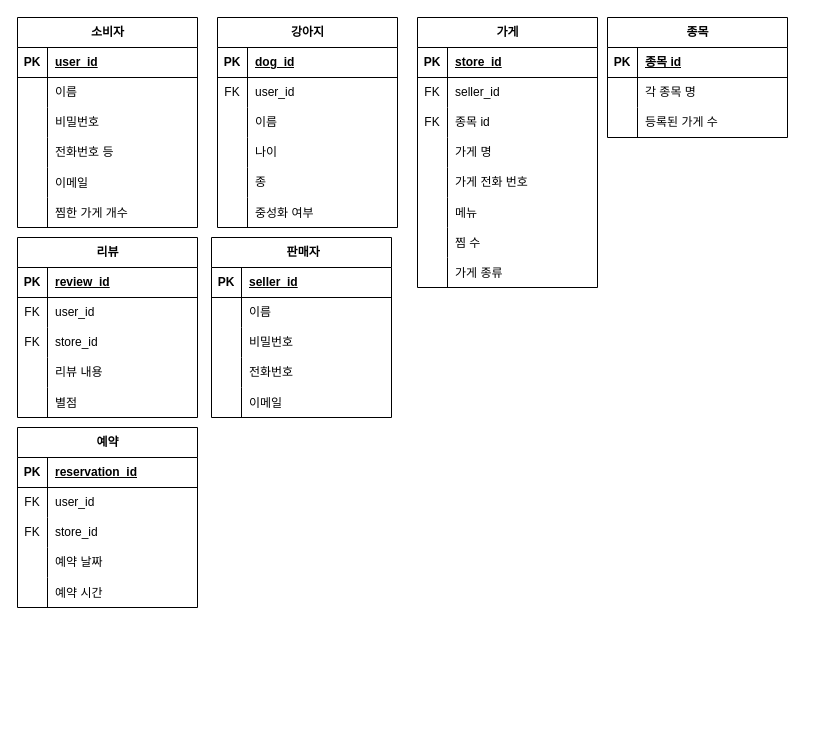
Before: test.drawio in dkwkckzk/data_test, a draw.io diagram. Source tidied: cells renumbered, new cells numbered last; positions are measured from the earlier drawing's top-left corner, leaving out a move shared by most shapes. Both pictures are drawn from the tidied source at 100%, with x=0, y=0 at pixel (17, 17).
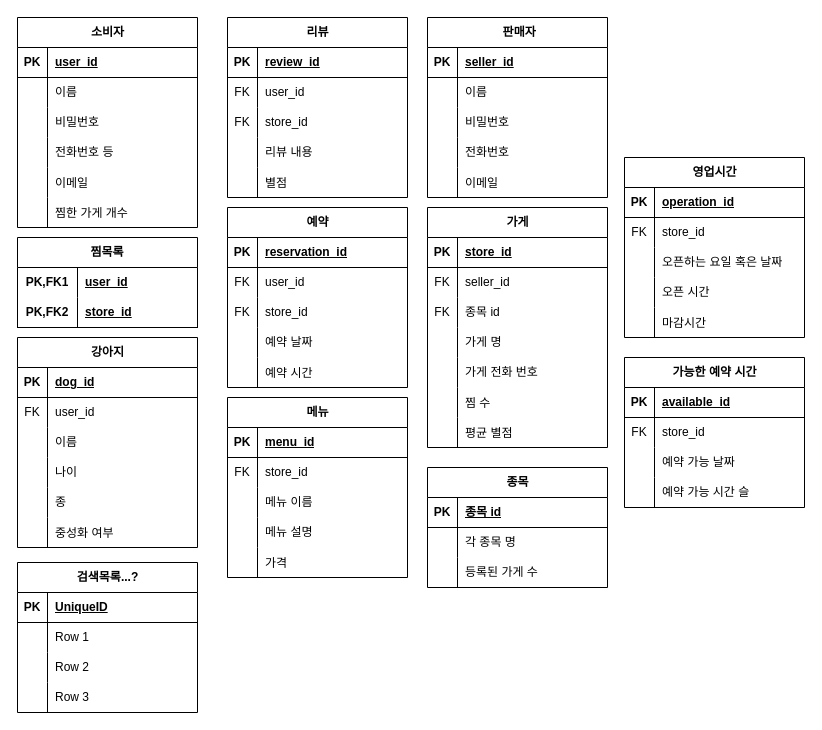
After the change.

Diff of the diagram source:
```diff
@@
     <mxCell id="21" value="&amp;nbsp;판매자" style="shape=table;startSize=30;childLayout=tableLayout;rowLines=0;fontStyle=1;align=center;html=1;" parent="1" vertex="1">
-      <mxGeometry x="194" y="220" width="180" height="180" as="geometry" />
+      <mxGeometry x="410" width="180" height="180" as="geometry" />
     </mxCell>
@@
     <mxCell id="37" value="강아지" style="shape=table;startSize=30;childLayout=tableLayout;rowLines=0;fontStyle=1;align=center;html=1;" parent="1" vertex="1">
-      <mxGeometry x="200" width="180" height="210" as="geometry" />
+      <mxGeometry y="320" width="180" height="210" as="geometry" />
     </mxCell>
@@
     <mxCell id="56" value="리뷰" style="shape=table;startSize=30;childLayout=tableLayout;rowLines=0;fontStyle=1;align=center;html=1;" parent="1" vertex="1">
-      <mxGeometry y="220" width="180" height="180" as="geometry" />
+      <mxGeometry x="210" width="180" height="180" as="geometry" />
     </mxCell>
@@
     <mxCell id="72" value="가게" style="shape=table;startSize=30;childLayout=tableLayout;rowLines=0;fontStyle=1;align=center;html=1;" parent="1" vertex="1">
-      <mxGeometry x="400" width="180" height="270" as="geometry" />
+      <mxGeometry x="410" y="190" width="180" height="240" as="geometry" />
     </mxCell>
@@
-    <mxCell id="88" style="shape=tableRow;horizontal=0;startSize=0;swimlaneHead=0;swimlaneBody=0;fillColor=none;top=0;left=0;right=0;bottom=0;" parent="72" vertex="1">
-      <mxGeometry y="180" width="180" height="30" as="geometry" />
-    </mxCell>
-    <mxCell id="89" style="shape=partialRectangle;fillColor=none;top=0;left=0;bottom=0;right=0;overflow=hidden;" parent="88" vertex="1">
-      <mxGeometry width="30" height="30" as="geometry" />
-    </mxCell>
-    <mxCell id="90" value="메뉴" style="shape=partialRectangle;fillColor=none;top=0;left=0;bottom=0;right=0;align=left;spacingLeft=6;overflow=hidden;" parent="88" vertex="1">
-      <mxGeometry x="30" width="150" height="30" as="geometry" />
-    </mxCell>
     <mxCell id="91" style="shape=tableRow;horizontal=0;startSize=0;swimlaneHead=0;swimlaneBody=0;fillColor=none;top=0;left=0;right=0;bottom=0;" parent="72" vertex="1">
-      <mxGeometry y="210" width="180" height="30" as="geometry" />
+      <mxGeometry y="180" width="180" height="30" as="geometry" />
     </mxCell>
@@
-    <mxCell id="94" style="shape=tableRow;horizontal=0;startSize=0;swimlaneHead=0;swimlaneBody=0;fillColor=none;top=0;left=0;right=0;bottom=0;" parent="72" vertex="1">
-      <mxGeometry y="240" width="180" height="30" as="geometry" />
-    </mxCell>
-    <mxCell id="95" style="shape=partialRectangle;fillColor=none;top=0;left=0;bottom=0;right=0;overflow=hidden;" parent="94" vertex="1">
-      <mxGeometry width="30" height="30" as="geometry" />
-    </mxCell>
-    <mxCell id="96" value="가게 종류" style="shape=partialRectangle;fillColor=none;top=0;left=0;bottom=0;right=0;align=left;spacingLeft=6;overflow=hidden;" parent="94" vertex="1">
-      <mxGeometry x="30" width="150" height="30" as="geometry" />
-    </mxCell>
+    <mxCell id="123" style="shape=tableRow;horizontal=0;startSize=0;swimlaneHead=0;swimlaneBody=0;fillColor=none;top=0;left=0;right=0;bottom=0;" parent="72" vertex="1">
+      <mxGeometry y="210" width="180" height="30" as="geometry" />
+    </mxCell>
+    <mxCell id="124" style="shape=partialRectangle;fillColor=none;top=0;left=0;bottom=0;right=0;overflow=hidden;" parent="123" vertex="1">
+      <mxGeometry width="30" height="30" as="geometry" />
+    </mxCell>
+    <mxCell id="125" value="평균 별점" style="shape=partialRectangle;fillColor=none;top=0;left=0;bottom=0;right=0;align=left;spacingLeft=6;overflow=hidden;" parent="123" vertex="1">
+      <mxGeometry x="30" width="150" height="30" as="geometry" />
+    </mxCell>
     <mxCell id="97" value="예약" style="shape=table;startSize=30;childLayout=tableLayout;rowLines=0;fontStyle=1;align=center;html=1;" parent="1" vertex="1">
-      <mxGeometry y="410" width="180" height="180" as="geometry" />
+      <mxGeometry x="210" y="190" width="180" height="180" as="geometry" />
     </mxCell>
@@
     <mxCell id="113" value="종목" style="shape=table;startSize=30;childLayout=tableLayout;rowLines=0;fontStyle=1;align=center;html=1;" parent="1" vertex="1">
-      <mxGeometry x="590" width="180" height="120" as="geometry" />
+      <mxGeometry x="410" y="450" width="180" height="120" as="geometry" />
     </mxCell>
@@
+    <mxCell id="90" value="메뉴" style="shape=table;startSize=30;childLayout=tableLayout;rowLines=0;fontStyle=1;align=center;html=1;" parent="1" vertex="1">
+      <mxGeometry x="210" y="380" width="180" height="180" as="geometry" />
+    </mxCell>
+    <mxCell id="126" style="shape=tableRow;horizontal=0;startSize=0;swimlaneHead=0;swimlaneBody=0;fillColor=none;top=0;left=0;right=0;bottom=1;" parent="90" vertex="1">
+      <mxGeometry y="30" width="180" height="30" as="geometry" />
+    </mxCell>
+    <mxCell id="127" value="PK" style="shape=partialRectangle;fillColor=none;top=0;left=0;bottom=0;right=0;fontStyle=1;overflow=hidden;whiteSpace=wrap;html=1;" parent="126" vertex="1">
+      <mxGeometry width="30" height="30" as="geometry" />
+    </mxCell>
+    <mxCell id="128" value="menu_id" style="shape=partialRectangle;fillColor=none;top=0;left=0;bottom=0;right=0;align=left;spacingLeft=6;fontStyle=5;overflow=hidden;whiteSpace=wrap;html=1;" parent="126" vertex="1">
+      <mxGeometry x="30" width="150" height="30" as="geometry" />
+    </mxCell>
+    <mxCell id="129" style="shape=tableRow;horizontal=0;startSize=0;swimlaneHead=0;swimlaneBody=0;fillColor=none;top=0;left=0;right=0;bottom=0;" parent="90" vertex="1">
+      <mxGeometry y="60" width="180" height="30" as="geometry" />
+    </mxCell>
+    <mxCell id="130" value="FK" style="shape=partialRectangle;fillColor=none;top=0;left=0;bottom=0;right=0;overflow=hidden;whiteSpace=wrap;html=1;" parent="129" vertex="1">
+      <mxGeometry width="30" height="30" as="geometry" />
+    </mxCell>
+    <mxCell id="131" value="store_id" style="shape=partialRectangle;fillColor=none;top=0;left=0;bottom=0;right=0;align=left;spacingLeft=6;overflow=hidden;whiteSpace=wrap;html=1;" parent="129" vertex="1">
+      <mxGeometry x="30" width="150" height="30" as="geometry" />
+    </mxCell>
+    <mxCell id="132" style="shape=tableRow;horizontal=0;startSize=0;swimlaneHead=0;swimlaneBody=0;fillColor=none;top=0;left=0;right=0;bottom=0;" parent="90" vertex="1">
+      <mxGeometry y="90" width="180" height="30" as="geometry" />
+    </mxCell>
+    <mxCell id="133" style="shape=partialRectangle;fillColor=none;top=0;left=0;bottom=0;right=0;overflow=hidden;whiteSpace=wrap;html=1;" parent="132" vertex="1">
+      <mxGeometry width="30" height="30" as="geometry" />
+    </mxCell>
+    <mxCell id="134" value="메뉴 이름" style="shape=partialRectangle;fillColor=none;top=0;left=0;bottom=0;right=0;align=left;spacingLeft=6;overflow=hidden;whiteSpace=wrap;html=1;" parent="132" vertex="1">
+      <mxGeometry x="30" width="150" height="30" as="geometry" />
+    </mxCell>
+    <mxCell id="135" style="shape=tableRow;horizontal=0;startSize=0;swimlaneHead=0;swimlaneBody=0;fillColor=none;top=0;left=0;right=0;bottom=0;" parent="90" vertex="1">
+      <mxGeometry y="120" width="180" height="30" as="geometry" />
+    </mxCell>
+    <mxCell id="136" style="shape=partialRectangle;fillColor=none;top=0;left=0;bottom=0;right=0;overflow=hidden;whiteSpace=wrap;html=1;" parent="135" vertex="1">
+      <mxGeometry width="30" height="30" as="geometry" />
+    </mxCell>
+    <mxCell id="137" value="메뉴 설명" style="shape=partialRectangle;fillColor=none;top=0;left=0;bottom=0;right=0;align=left;spacingLeft=6;overflow=hidden;whiteSpace=wrap;html=1;" parent="135" vertex="1">
+      <mxGeometry x="30" width="150" height="30" as="geometry" />
+    </mxCell>
+    <mxCell id="138" style="shape=tableRow;horizontal=0;startSize=0;swimlaneHead=0;swimlaneBody=0;fillColor=none;top=0;left=0;right=0;bottom=0;" parent="90" vertex="1">
+      <mxGeometry y="150" width="180" height="30" as="geometry" />
+    </mxCell>
+    <mxCell id="139" style="shape=partialRectangle;fillColor=none;top=0;left=0;bottom=0;right=0;overflow=hidden;" parent="138" vertex="1">
+      <mxGeometry width="30" height="30" as="geometry" />
+    </mxCell>
+    <mxCell id="140" value="가격" style="shape=partialRectangle;fillColor=none;top=0;left=0;bottom=0;right=0;align=left;spacingLeft=6;overflow=hidden;" parent="138" vertex="1">
+      <mxGeometry x="30" width="150" height="30" as="geometry" />
+    </mxCell>
+    <mxCell id="141" value="찜목록" style="shape=table;startSize=30;childLayout=tableLayout;rowLines=0;fontStyle=1;align=center;html=1;whiteSpace=wrap;" parent="1" vertex="1">
+      <mxGeometry y="220" width="180" height="90" as="geometry" />
+    </mxCell>
+    <mxCell id="142" style="shape=tableRow;horizontal=0;startSize=0;swimlaneHead=0;swimlaneBody=0;fillColor=none;top=0;left=0;right=0;bottom=0;html=1;" parent="141" vertex="1">
+      <mxGeometry y="30" width="180" height="30" as="geometry" />
+    </mxCell>
+    <mxCell id="143" value="PK,FK1" style="shape=partialRectangle;fillColor=none;top=0;left=0;bottom=0;right=0;fontStyle=1;overflow=hidden;html=1;whiteSpace=wrap;" parent="142" vertex="1">
+      <mxGeometry width="60" height="30" as="geometry" />
+    </mxCell>
+    <mxCell id="144" value="user_id" style="shape=partialRectangle;fillColor=none;top=0;left=0;bottom=0;right=0;align=left;spacingLeft=6;fontStyle=5;overflow=hidden;html=1;whiteSpace=wrap;" parent="142" vertex="1">
+      <mxGeometry x="60" width="120" height="30" as="geometry" />
+    </mxCell>
+    <mxCell id="145" style="shape=tableRow;horizontal=0;startSize=0;swimlaneHead=0;swimlaneBody=0;fillColor=none;top=0;left=0;right=0;bottom=1;html=1;" parent="141" vertex="1">
+      <mxGeometry y="60" width="180" height="30" as="geometry" />
+    </mxCell>
+    <mxCell id="146" value="PK,FK2" style="shape=partialRectangle;fillColor=none;top=0;left=0;bottom=0;right=0;fontStyle=1;overflow=hidden;html=1;whiteSpace=wrap;" parent="145" vertex="1">
+      <mxGeometry width="60" height="30" as="geometry" />
+    </mxCell>
+    <mxCell id="147" value="store_id" style="shape=partialRectangle;fillColor=none;top=0;left=0;bottom=0;right=0;align=left;spacingLeft=6;fontStyle=5;overflow=hidden;html=1;whiteSpace=wrap;" parent="145" vertex="1">
+      <mxGeometry x="60" width="120" height="30" as="geometry" />
+    </mxCell>
+    <mxCell id="148" value="검색목록...?" style="shape=table;startSize=30;childLayout=tableLayout;rowLines=0;fontStyle=1;align=center;html=1;" parent="1" vertex="1">
+      <mxGeometry y="545" width="180" height="150" as="geometry" />
+    </mxCell>
+    <mxCell id="149" style="shape=tableRow;horizontal=0;startSize=0;swimlaneHead=0;swimlaneBody=0;fillColor=none;top=0;left=0;right=0;bottom=1;" parent="148" vertex="1">
+      <mxGeometry y="30" width="180" height="30" as="geometry" />
+    </mxCell>
+    <mxCell id="150" value="PK" style="shape=partialRectangle;fillColor=none;top=0;left=0;bottom=0;right=0;fontStyle=1;overflow=hidden;whiteSpace=wrap;html=1;" parent="149" vertex="1">
+      <mxGeometry width="30" height="30" as="geometry" />
+    </mxCell>
+    <mxCell id="151" value="UniqueID" style="shape=partialRectangle;fillColor=none;top=0;left=0;bottom=0;right=0;align=left;spacingLeft=6;fontStyle=5;overflow=hidden;whiteSpace=wrap;html=1;" parent="149" vertex="1">
+      <mxGeometry x="30" width="150" height="30" as="geometry" />
+    </mxCell>
+    <mxCell id="152" style="shape=tableRow;horizontal=0;startSize=0;swimlaneHead=0;swimlaneBody=0;fillColor=none;top=0;left=0;right=0;bottom=0;" parent="148" vertex="1">
+      <mxGeometry y="60" width="180" height="30" as="geometry" />
+    </mxCell>
+    <mxCell id="153" style="shape=partialRectangle;fillColor=none;top=0;left=0;bottom=0;right=0;overflow=hidden;whiteSpace=wrap;html=1;" parent="152" vertex="1">
+      <mxGeometry width="30" height="30" as="geometry" />
+    </mxCell>
+    <mxCell id="154" value="Row 1" style="shape=partialRectangle;fillColor=none;top=0;left=0;bottom=0;right=0;align=left;spacingLeft=6;overflow=hidden;whiteSpace=wrap;html=1;" parent="152" vertex="1">
+      <mxGeometry x="30" width="150" height="30" as="geometry" />
+    </mxCell>
+    <mxCell id="155" style="shape=tableRow;horizontal=0;startSize=0;swimlaneHead=0;swimlaneBody=0;fillColor=none;top=0;left=0;right=0;bottom=0;" parent="148" vertex="1">
+      <mxGeometry y="90" width="180" height="30" as="geometry" />
+    </mxCell>
+    <mxCell id="156" style="shape=partialRectangle;fillColor=none;top=0;left=0;bottom=0;right=0;overflow=hidden;whiteSpace=wrap;html=1;" parent="155" vertex="1">
+      <mxGeometry width="30" height="30" as="geometry" />
+    </mxCell>
+    <mxCell id="157" value="Row 2" style="shape=partialRectangle;fillColor=none;top=0;left=0;bottom=0;right=0;align=left;spacingLeft=6;overflow=hidden;whiteSpace=wrap;html=1;" parent="155" vertex="1">
+      <mxGeometry x="30" width="150" height="30" as="geometry" />
+    </mxCell>
+    <mxCell id="158" style="shape=tableRow;horizontal=0;startSize=0;swimlaneHead=0;swimlaneBody=0;fillColor=none;top=0;left=0;right=0;bottom=0;" parent="148" vertex="1">
+      <mxGeometry y="120" width="180" height="30" as="geometry" />
+    </mxCell>
+    <mxCell id="159" style="shape=partialRectangle;fillColor=none;top=0;left=0;bottom=0;right=0;overflow=hidden;whiteSpace=wrap;html=1;" parent="158" vertex="1">
+      <mxGeometry width="30" height="30" as="geometry" />
+    </mxCell>
+    <mxCell id="160" value="Row 3" style="shape=partialRectangle;fillColor=none;top=0;left=0;bottom=0;right=0;align=left;spacingLeft=6;overflow=hidden;whiteSpace=wrap;html=1;" parent="158" vertex="1">
+      <mxGeometry x="30" width="150" height="30" as="geometry" />
+    </mxCell>
+    <mxCell id="161" value="영업시간" style="shape=table;startSize=30;childLayout=tableLayout;rowLines=0;fontStyle=1;align=center;html=1;" parent="1" vertex="1">
+      <mxGeometry x="607" y="140" width="180" height="180" as="geometry" />
+    </mxCell>
+    <mxCell id="162" style="shape=tableRow;horizontal=0;startSize=0;swimlaneHead=0;swimlaneBody=0;fillColor=none;top=0;left=0;right=0;bottom=1;" parent="161" vertex="1">
+      <mxGeometry y="30" width="180" height="30" as="geometry" />
+    </mxCell>
+    <mxCell id="163" value="PK" style="shape=partialRectangle;fillColor=none;top=0;left=0;bottom=0;right=0;fontStyle=1;overflow=hidden;whiteSpace=wrap;html=1;" parent="162" vertex="1">
+      <mxGeometry width="30" height="30" as="geometry" />
+    </mxCell>
+    <mxCell id="164" value="operation_id" style="shape=partialRectangle;fillColor=none;top=0;left=0;bottom=0;right=0;align=left;spacingLeft=6;fontStyle=5;overflow=hidden;whiteSpace=wrap;html=1;" parent="162" vertex="1">
+      <mxGeometry x="30" width="150" height="30" as="geometry" />
+    </mxCell>
+    <mxCell id="165" style="shape=tableRow;horizontal=0;startSize=0;swimlaneHead=0;swimlaneBody=0;fillColor=none;top=0;left=0;right=0;bottom=0;" parent="161" vertex="1">
+      <mxGeometry y="60" width="180" height="30" as="geometry" />
+    </mxCell>
+    <mxCell id="166" value="FK" style="shape=partialRectangle;fillColor=none;top=0;left=0;bottom=0;right=0;overflow=hidden;whiteSpace=wrap;html=1;" parent="165" vertex="1">
+      <mxGeometry width="30" height="30" as="geometry" />
+    </mxCell>
+    <mxCell id="167" value="store_id" style="shape=partialRectangle;fillColor=none;top=0;left=0;bottom=0;right=0;align=left;spacingLeft=6;overflow=hidden;whiteSpace=wrap;html=1;" parent="165" vertex="1">
+      <mxGeometry x="30" width="150" height="30" as="geometry" />
+    </mxCell>
+    <mxCell id="168" style="shape=tableRow;horizontal=0;startSize=0;swimlaneHead=0;swimlaneBody=0;fillColor=none;top=0;left=0;right=0;bottom=0;" parent="161" vertex="1">
+      <mxGeometry y="90" width="180" height="30" as="geometry" />
+    </mxCell>
+    <mxCell id="169" style="shape=partialRectangle;fillColor=none;top=0;left=0;bottom=0;right=0;overflow=hidden;whiteSpace=wrap;html=1;" parent="168" vertex="1">
+      <mxGeometry width="30" height="30" as="geometry" />
+    </mxCell>
+    <mxCell id="170" value="오픈하는 요일 혹은 날짜" style="shape=partialRectangle;fillColor=none;top=0;left=0;bottom=0;right=0;align=left;spacingLeft=6;overflow=hidden;whiteSpace=wrap;html=1;" parent="168" vertex="1">
+      <mxGeometry x="30" width="150" height="30" as="geometry" />
+    </mxCell>
+    <mxCell id="171" style="shape=tableRow;horizontal=0;startSize=0;swimlaneHead=0;swimlaneBody=0;fillColor=none;top=0;left=0;right=0;bottom=0;" parent="161" vertex="1">
+      <mxGeometry y="120" width="180" height="30" as="geometry" />
+    </mxCell>
+    <mxCell id="172" style="shape=partialRectangle;fillColor=none;top=0;left=0;bottom=0;right=0;overflow=hidden;whiteSpace=wrap;html=1;" parent="171" vertex="1">
+      <mxGeometry width="30" height="30" as="geometry" />
+    </mxCell>
+    <mxCell id="173" value="오픈 시간" style="shape=partialRectangle;fillColor=none;top=0;left=0;bottom=0;right=0;align=left;spacingLeft=6;overflow=hidden;whiteSpace=wrap;html=1;" parent="171" vertex="1">
+      <mxGeometry x="30" width="150" height="30" as="geometry" />
+    </mxCell>
+    <mxCell id="174" style="shape=tableRow;horizontal=0;startSize=0;swimlaneHead=0;swimlaneBody=0;fillColor=none;top=0;left=0;right=0;bottom=0;" parent="161" vertex="1">
+      <mxGeometry y="150" width="180" height="30" as="geometry" />
+    </mxCell>
+    <mxCell id="175" style="shape=partialRectangle;fillColor=none;top=0;left=0;bottom=0;right=0;overflow=hidden;" parent="174" vertex="1">
+      <mxGeometry width="30" height="30" as="geometry" />
+    </mxCell>
+    <mxCell id="176" value="마감시간" style="shape=partialRectangle;fillColor=none;top=0;left=0;bottom=0;right=0;align=left;spacingLeft=6;overflow=hidden;" parent="174" vertex="1">
+      <mxGeometry x="30" width="150" height="30" as="geometry" />
+    </mxCell>
+    <mxCell id="177" value="가능한 예약 시간" style="shape=table;startSize=30;childLayout=tableLayout;rowLines=0;fontStyle=1;align=center;html=1;" parent="1" vertex="1">
+      <mxGeometry x="607" y="340" width="180" height="150" as="geometry" />
+    </mxCell>
+    <mxCell id="178" style="shape=tableRow;horizontal=0;startSize=0;swimlaneHead=0;swimlaneBody=0;fillColor=none;top=0;left=0;right=0;bottom=1;" parent="177" vertex="1">
+      <mxGeometry y="30" width="180" height="30" as="geometry" />
+    </mxCell>
+    <mxCell id="179" value="PK" style="shape=partialRectangle;fillColor=none;top=0;left=0;bottom=0;right=0;fontStyle=1;overflow=hidden;whiteSpace=wrap;html=1;" parent="178" vertex="1">
+      <mxGeometry width="30" height="30" as="geometry" />
+    </mxCell>
+    <mxCell id="180" value="available_id" style="shape=partialRectangle;fillColor=none;top=0;left=0;bottom=0;right=0;align=left;spacingLeft=6;fontStyle=5;overflow=hidden;whiteSpace=wrap;html=1;" parent="178" vertex="1">
+      <mxGeometry x="30" width="150" height="30" as="geometry" />
+    </mxCell>
+    <mxCell id="181" style="shape=tableRow;horizontal=0;startSize=0;swimlaneHead=0;swimlaneBody=0;fillColor=none;top=0;left=0;right=0;bottom=0;" parent="177" vertex="1">
+      <mxGeometry y="60" width="180" height="30" as="geometry" />
+    </mxCell>
+    <mxCell id="182" value="FK" style="shape=partialRectangle;fillColor=none;top=0;left=0;bottom=0;right=0;overflow=hidden;whiteSpace=wrap;html=1;" parent="181" vertex="1">
+      <mxGeometry width="30" height="30" as="geometry" />
+    </mxCell>
+    <mxCell id="183" value="store_id" style="shape=partialRectangle;fillColor=none;top=0;left=0;bottom=0;right=0;align=left;spacingLeft=6;overflow=hidden;whiteSpace=wrap;html=1;" parent="181" vertex="1">
+      <mxGeometry x="30" width="150" height="30" as="geometry" />
+    </mxCell>
+    <mxCell id="184" style="shape=tableRow;horizontal=0;startSize=0;swimlaneHead=0;swimlaneBody=0;fillColor=none;top=0;left=0;right=0;bottom=0;" parent="177" vertex="1">
+      <mxGeometry y="90" width="180" height="30" as="geometry" />
+    </mxCell>
+    <mxCell id="185" style="shape=partialRectangle;fillColor=none;top=0;left=0;bottom=0;right=0;overflow=hidden;whiteSpace=wrap;html=1;" parent="184" vertex="1">
+      <mxGeometry width="30" height="30" as="geometry" />
+    </mxCell>
+    <mxCell id="186" value="예약 가능 날짜" style="shape=partialRectangle;fillColor=none;top=0;left=0;bottom=0;right=0;align=left;spacingLeft=6;overflow=hidden;whiteSpace=wrap;html=1;" parent="184" vertex="1">
+      <mxGeometry x="30" width="150" height="30" as="geometry" />
+    </mxCell>
+    <mxCell id="187" style="shape=tableRow;horizontal=0;startSize=0;swimlaneHead=0;swimlaneBody=0;fillColor=none;top=0;left=0;right=0;bottom=0;" parent="177" vertex="1">
+      <mxGeometry y="120" width="180" height="30" as="geometry" />
+    </mxCell>
+    <mxCell id="188" style="shape=partialRectangle;fillColor=none;top=0;left=0;bottom=0;right=0;overflow=hidden;whiteSpace=wrap;html=1;" parent="187" vertex="1">
+      <mxGeometry width="30" height="30" as="geometry" />
+    </mxCell>
+    <mxCell id="189" value="예약 가능 시간 슬" style="shape=partialRectangle;fillColor=none;top=0;left=0;bottom=0;right=0;align=left;spacingLeft=6;overflow=hidden;whiteSpace=wrap;html=1;" parent="187" vertex="1">
+      <mxGeometry x="30" width="150" height="30" as="geometry" />
+    </mxCell>
```
